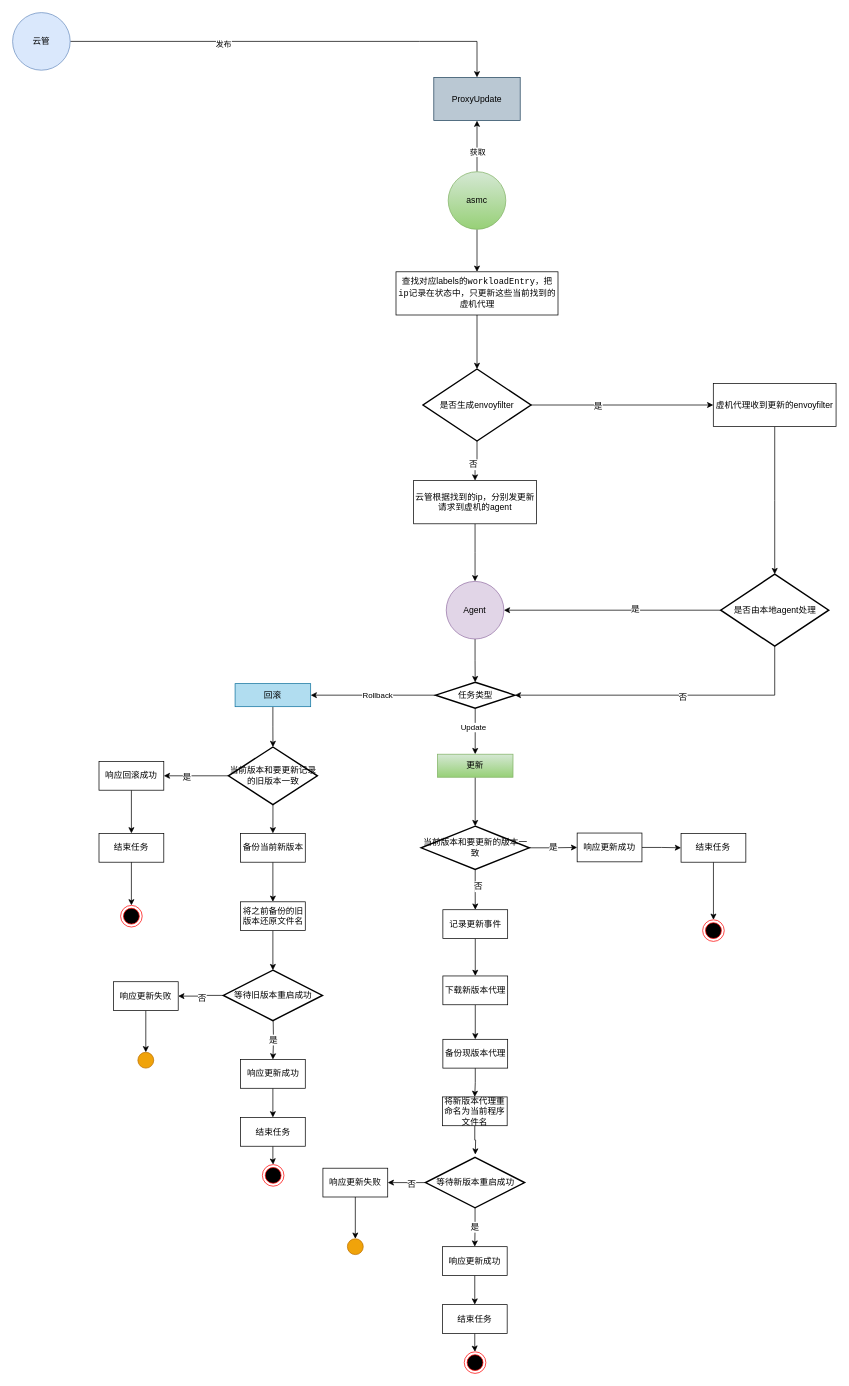
460434901ccz/ccz-practise keeps this draw.io diagram as 虚机版本热更新.drawio. Above is the earlier version. Source tidied: cells renumbered, new cells numbered last; positions are measured from the earlier drawing's top-left corner, leaving out a move shared by most shapes. Both pictures are drawn from the tidied source at 72%, with x=0, y=0 at pixel (12, 12).
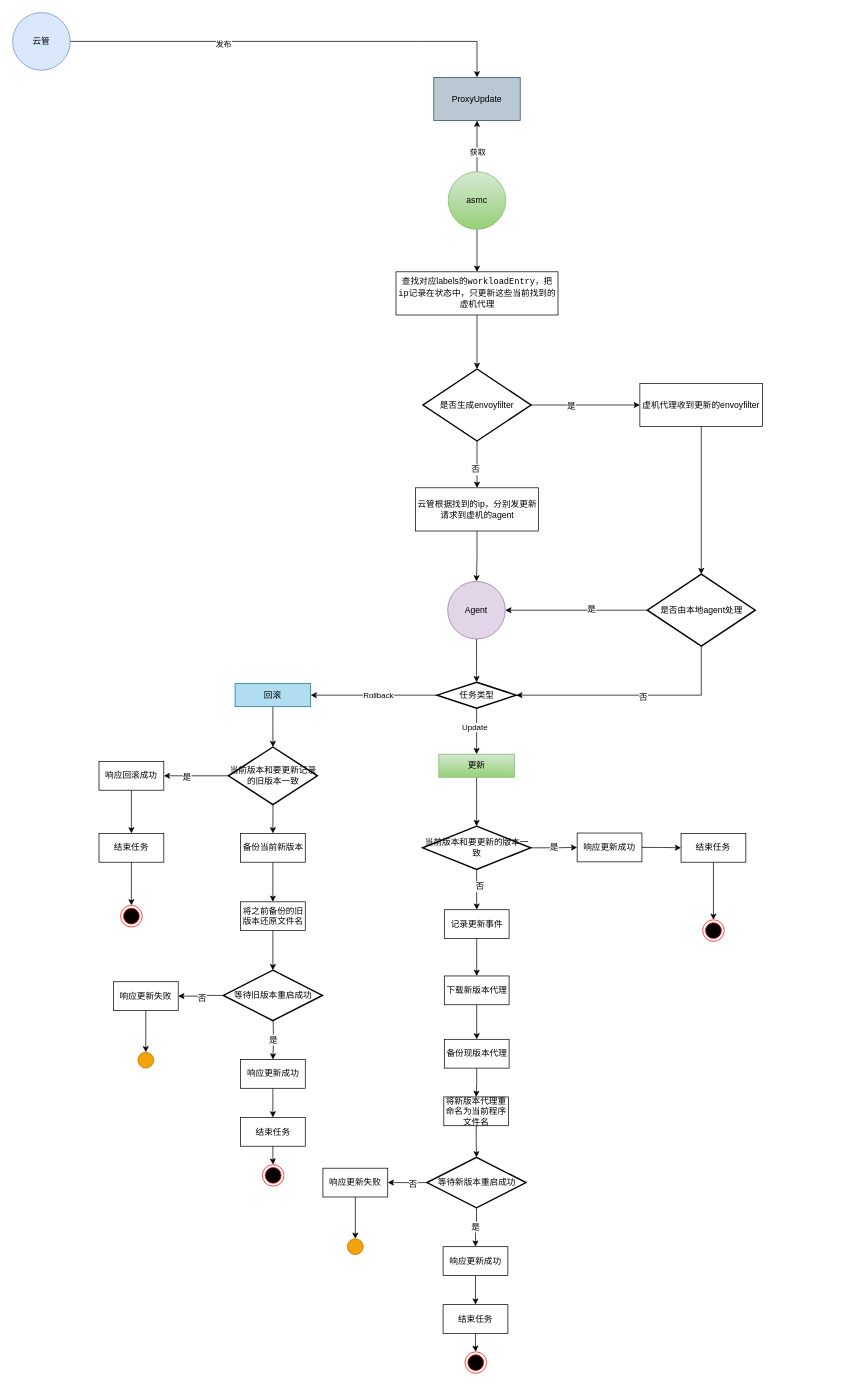
After the change.

Commit message (it also covers changes not shown here):
更新虚机版本热更新.drawio

Change to the diagram source:
```diff
@@
     <mxCell id="18" value="云管根据找到的ip，分别发更新请求到虚机的agent" style="rounded=0;whiteSpace=wrap;html=1;" parent="1" vertex="1">
-      <mxGeometry x="557" y="650" width="170.5" height="60" as="geometry" />
+      <mxGeometry x="559.7" y="660" width="170.5" height="60" as="geometry" />
     </mxCell>
@@
     <mxCell id="20" value="虚机代理收到更新的envoyfilter" style="rounded=0;whiteSpace=wrap;html=1;" parent="1" vertex="1">
-      <mxGeometry x="973.2" y="515" width="170.5" height="60" as="geometry" />
+      <mxGeometry x="871.2" y="515" width="170.5" height="60" as="geometry" />
     </mxCell>
@@
-    <mxCell id="23" style="edgeStyle=orthogonalEdgeStyle;rounded=0;jettySize=auto;html=1;entryX=1;entryY=0.5;entryDx=0;entryDy=0;entryPerimeter=0;fontSize=12;" parent="1" edge="1" source="25" target="32">
+    <mxCell id="23" style="edgeStyle=orthogonalEdgeStyle;rounded=0;jettySize=auto;html=1;entryX=1;entryY=0.5;entryDx=0;entryDy=0;entryPerimeter=0;fontSize=12;exitX=0.5;exitY=1;exitDx=0;exitDy=0;exitPerimeter=0;" parent="1" edge="1" source="25" target="32">
       <mxGeometry relative="1" as="geometry">
         <Array as="points">
-          <mxPoint x="1059" y="948" />
+          <mxPoint x="957" y="948" />
         </Array>
       </mxGeometry>
     </mxCell>
@@
     <mxCell id="25" value="是否由本地agent处理" style="strokeWidth=2;html=1;shape=mxgraph.flowchart.decision;whiteSpace=wrap;" parent="1" vertex="1">
-      <mxGeometry x="983.5" y="780" width="150" height="100" as="geometry" />
+      <mxGeometry x="881.5" y="780" width="150" height="100" as="geometry" />
     </mxCell>
@@
     <mxCell id="27" value="Agent" style="ellipse;whiteSpace=wrap;html=1;fillColor=#e1d5e7;strokeColor=#9673a6;" parent="1" vertex="1">
-      <mxGeometry x="602.3" y="790" width="80" height="80" as="geometry" />
+      <mxGeometry x="604.3" y="790" width="80" height="80" as="geometry" />
     </mxCell>
@@
     <mxCell id="32" value="&lt;span style=&quot;text-align: left&quot;&gt;任务类型&lt;/span&gt;" style="strokeWidth=2;html=1;shape=mxgraph.flowchart.decision;whiteSpace=wrap;" parent="1" vertex="1">
-      <mxGeometry x="587.5" y="930" width="110" height="36" as="geometry" />
+      <mxGeometry x="589.5" y="930" width="110" height="36" as="geometry" />
     </mxCell>
@@
     <mxCell id="34" value="更新" style="rounded=0;whiteSpace=wrap;html=1;fillColor=#d5e8d4;gradientColor=#97d077;strokeColor=#82b366;" parent="1" vertex="1">
-      <mxGeometry x="590" y="1030" width="105" height="32" as="geometry" />
+      <mxGeometry x="592" y="1030" width="105" height="32" as="geometry" />
     </mxCell>
@@
     <mxCell id="40" value="&lt;span style=&quot;text-align: left&quot;&gt;当前版本和要更新的版本一致&lt;/span&gt;" style="strokeWidth=2;html=1;shape=mxgraph.flowchart.decision;whiteSpace=wrap;" parent="1" vertex="1">
-      <mxGeometry x="567.5" y="1130" width="150" height="60" as="geometry" />
+      <mxGeometry x="569.5" y="1130" width="150" height="60" as="geometry" />
     </mxCell>
@@
     <mxCell id="47" value="记录更新事件" style="whiteSpace=wrap;html=1;" parent="1" vertex="1">
-      <mxGeometry x="597.6" y="1246" width="90" height="40" as="geometry" />
+      <mxGeometry x="599.6" y="1246" width="90" height="40" as="geometry" />
     </mxCell>
@@
     <mxCell id="49" value="下载新版本代理" style="whiteSpace=wrap;html=1;" parent="1" vertex="1">
-      <mxGeometry x="597.6" y="1338" width="90" height="40" as="geometry" />
+      <mxGeometry x="599.6" y="1338" width="90" height="40" as="geometry" />
     </mxCell>
@@
     <mxCell id="51" value="备份现版本代理" style="whiteSpace=wrap;html=1;" parent="1" vertex="1">
-      <mxGeometry x="597.6" y="1426" width="90" height="40" as="geometry" />
+      <mxGeometry x="599.6" y="1426" width="90" height="40" as="geometry" />
     </mxCell>
-    <mxCell id="52" style="edgeStyle=orthogonalEdgeStyle;rounded=0;jettySize=auto;html=1;fontSize=12;" parent="1" edge="1" source="53">
-      <mxGeometry relative="1" as="geometry">
-        <mxPoint x="642.6" y="1586" as="targetPoint" />
-      </mxGeometry>
-    </mxCell>
+    <mxCell id="91" style="edgeStyle=orthogonalEdgeStyle;rounded=0;jettySize=auto;html=1;fontSize=12;" parent="1" edge="1" source="53" target="65">
+      <mxGeometry relative="1" as="geometry" />
+    </mxCell>
     <mxCell id="53" value="将新版本代理重命名为当前程序文件名" style="whiteSpace=wrap;html=1;" parent="1" vertex="1">
-      <mxGeometry x="596.9" y="1506" width="90" height="40" as="geometry" />
+      <mxGeometry x="598.9" y="1506" width="90" height="40" as="geometry" />
     </mxCell>
@@
     <mxCell id="65" value="&lt;div style=&quot;text-align: left&quot;&gt;&lt;span style=&quot;text-align: center&quot;&gt;等待新版本重启成功&lt;/span&gt;&lt;br&gt;&lt;/div&gt;" style="strokeWidth=2;html=1;shape=mxgraph.flowchart.decision;whiteSpace=wrap;" parent="1" vertex="1">
-      <mxGeometry x="573.5" y="1590" width="137.6" height="70" as="geometry" />
+      <mxGeometry x="575.5" y="1590" width="137.6" height="70" as="geometry" />
     </mxCell>
@@
     <mxCell id="68" value="结束任务" style="whiteSpace=wrap;html=1;" parent="1" vertex="1">
-      <mxGeometry x="596.9" y="1794.5" width="90" height="40" as="geometry" />
+      <mxGeometry x="597.9" y="1794.5" width="90" height="40" as="geometry" />
     </mxCell>
     <mxCell id="69" style="ellipse;html=1;shape=endState;fillColor=#000000;strokeColor=#ff0000;" parent="1" vertex="1">
-      <mxGeometry x="627.3" y="1860" width="30" height="30" as="geometry" />
+      <mxGeometry x="628.3" y="1860" width="30" height="30" as="geometry" />
     </mxCell>
@@
     <mxCell id="71" value="响应更新成功" style="whiteSpace=wrap;html=1;" parent="1" vertex="1">
-      <mxGeometry x="596.9" y="1714" width="90" height="40" as="geometry" />
+      <mxGeometry x="597.9" y="1714" width="90" height="40" as="geometry" />
     </mxCell>
```
